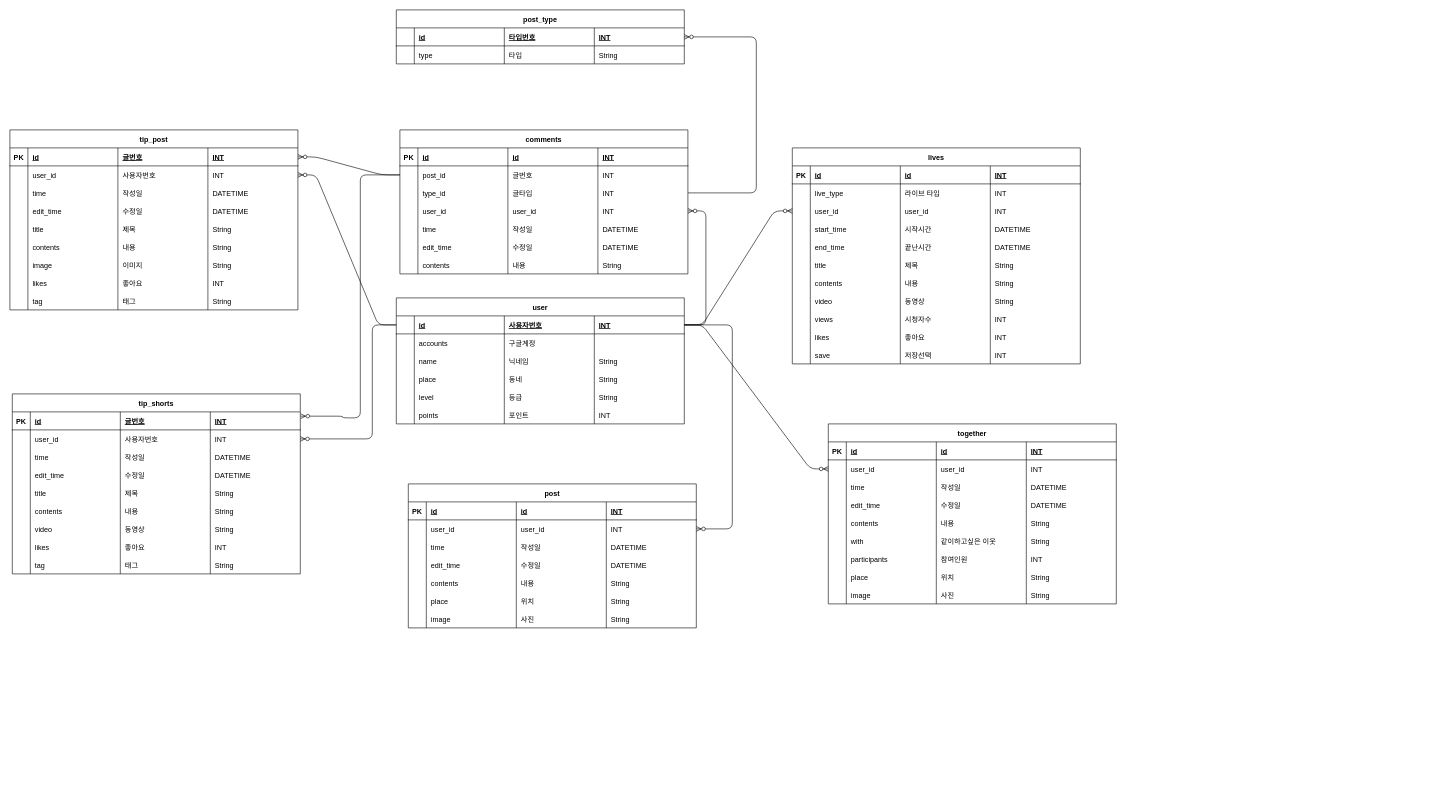
fjwldap/2016726031 keeps this draw.io diagram as Untitled Diagram.drawio. Above is the earlier version. Source tidied: cells renumbered, new cells numbered last; positions are measured from the earlier drawing's top-left corner, leaving out a move shared by most shapes. Both pictures are drawn from the tidied source at 60%, with x=0, y=0 at pixel (10, 10).
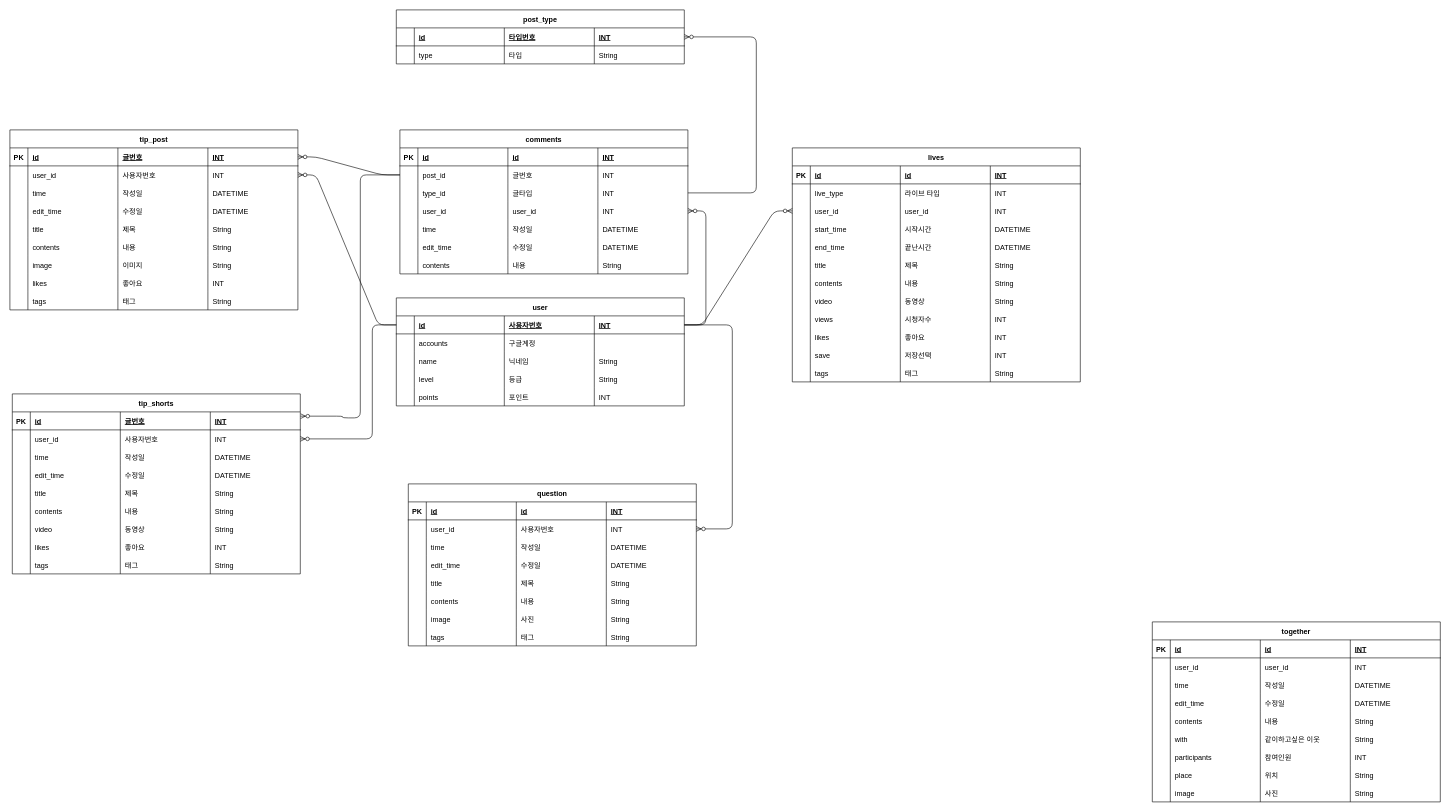
The same diagram, later.

The change refers to these unchanged cells:
```xml
<mxCell id="3" style="shape=partialRectangle;fillColor=none;top=0;left=0;bottom=1;right=0;points=[[0,0.5],[1,0.5]];portConstraint=eastwest;" parent="2" vertex="1">
  <mxGeometry y="30" width="480" height="30" as="geometry" />
</mxCell>
<mxCell id="74" style="shape=partialRectangle;fillColor=none;top=0;left=0;bottom=0;right=0;" parent="33" vertex="1">
  <mxGeometry y="270" width="480" height="30" as="geometry" />
</mxCell>
<mxCell id="121" style="shape=partialRectangle;fillColor=none;top=0;left=0;bottom=0;right=0;points=[[0,0.5],[1,0.5]];portConstraint=eastwest;" parent="115" vertex="1">
  <mxGeometry y="60" width="480" height="30" as="geometry" />
</mxCell>
<mxCell id="157" style="shape=partialRectangle;fillColor=none;top=0;left=0;bottom=0;right=0;points=[[0,0.5],[1,0.5]];portConstraint=eastwest;" parent="151" vertex="1">
  <mxGeometry y="60" width="480" height="30" as="geometry" />
</mxCell>
<mxCell id="300" style="shape=partialRectangle;fillColor=none;top=0;left=0;bottom=0;right=0;" parent="259" vertex="1">
  <mxGeometry y="270" width="480" height="30" as="geometry" />
</mxCell>
```

What changed in the source:
```diff
@@
     <mxCell id="2" value="user" style="shape=table;startSize=30;childLayout=tableLayout;rowLines=0;fontStyle=1;align=center;" parent="1" vertex="1">
-      <mxGeometry x="644" y="480" width="480" height="210" as="geometry" />
+      <mxGeometry x="644" y="480" width="480" height="180" as="geometry" />
     </mxCell>
@@
-    <mxCell id="18" style="shape=partialRectangle;fillColor=none;top=0;left=0;bottom=0;right=0;" parent="2" vertex="1">
-      <mxGeometry y="120" width="480" height="30" as="geometry" />
-    </mxCell>
-    <mxCell id="19" style="shape=partialRectangle;fillColor=none;top=0;left=0;bottom=0;right=0;overflow=hidden;" parent="18" vertex="1">
-      <mxGeometry width="30" height="30" as="geometry" />
-    </mxCell>
-    <mxCell id="20" value="place" style="shape=partialRectangle;fillColor=none;top=0;left=0;bottom=0;right=0;align=left;spacingLeft=6;overflow=hidden;" parent="18" vertex="1">
-      <mxGeometry x="30" width="150" height="30" as="geometry" />
-    </mxCell>
-    <mxCell id="21" value="동네" style="shape=partialRectangle;fillColor=none;top=0;left=0;bottom=0;right=0;align=left;spacingLeft=6;overflow=hidden;" parent="18" vertex="1">
-      <mxGeometry x="180" width="150" height="30" as="geometry" />
-    </mxCell>
-    <mxCell id="22" value="String" style="shape=partialRectangle;fillColor=none;top=0;left=0;bottom=0;right=0;align=left;spacingLeft=6;overflow=hidden;" parent="18" vertex="1">
-      <mxGeometry x="330" width="150" height="30" as="geometry" />
-    </mxCell>
     <mxCell id="23" style="shape=partialRectangle;fillColor=none;top=0;left=0;bottom=0;right=0;" parent="2" vertex="1">
-      <mxGeometry y="150" width="480" height="30" as="geometry" />
+      <mxGeometry y="120" width="480" height="30" as="geometry" />
     </mxCell>
@@
     <mxCell id="28" style="shape=partialRectangle;fillColor=none;top=0;left=0;bottom=0;right=0;" parent="2" vertex="1">
-      <mxGeometry y="180" width="480" height="30" as="geometry" />
+      <mxGeometry y="150" width="480" height="30" as="geometry" />
     </mxCell>
@@
-    <mxCell id="76" value="tag" style="shape=partialRectangle;fillColor=none;top=0;left=0;bottom=0;right=0;align=left;spacingLeft=6;overflow=hidden;" parent="74" vertex="1">
+    <mxCell id="76" value="tags" style="shape=partialRectangle;fillColor=none;top=0;left=0;bottom=0;right=0;align=left;spacingLeft=6;overflow=hidden;" parent="74" vertex="1">
       <mxGeometry x="30" width="150" height="30" as="geometry" />
     </mxCell>
@@
-    <mxCell id="115" value="post" style="shape=table;startSize=30;childLayout=tableLayout;rowLines=0;fontStyle=1;align=center;" parent="1" vertex="1">
-      <mxGeometry x="664" y="790" width="480" height="240" as="geometry" />
+    <mxCell id="115" value="question" style="shape=table;startSize=30;childLayout=tableLayout;rowLines=0;fontStyle=1;align=center;" parent="1" vertex="1">
+      <mxGeometry x="664" y="790" width="480" height="270" as="geometry" />
     </mxCell>
@@
-    <mxCell id="124" value="user_id" style="shape=partialRectangle;fillColor=none;top=0;left=0;bottom=0;right=0;align=left;spacingLeft=6;overflow=hidden;" parent="121" vertex="1">
+    <mxCell id="124" value="사용자번호" style="shape=partialRectangle;fillColor=none;top=0;left=0;bottom=0;right=0;align=left;spacingLeft=6;overflow=hidden;" parent="121" vertex="1">
       <mxGeometry x="180" width="150" height="30" as="geometry" />
     </mxCell>
@@
+    <mxCell id="319" style="shape=partialRectangle;fillColor=none;top=0;left=0;bottom=0;right=0;" parent="115" vertex="1">
+      <mxGeometry y="150" width="480" height="30" as="geometry" />
+    </mxCell>
+    <mxCell id="320" style="shape=partialRectangle;fillColor=none;top=0;left=0;bottom=0;right=0;overflow=hidden;" parent="319" vertex="1">
+      <mxGeometry width="30" height="30" as="geometry" />
+    </mxCell>
+    <mxCell id="321" value="title" style="shape=partialRectangle;fillColor=none;top=0;left=0;bottom=0;right=0;align=left;spacingLeft=6;overflow=hidden;" parent="319" vertex="1">
+      <mxGeometry x="30" width="150" height="30" as="geometry" />
+    </mxCell>
+    <mxCell id="322" value="제목" style="shape=partialRectangle;fillColor=none;top=0;left=0;bottom=0;right=0;align=left;spacingLeft=6;overflow=hidden;" parent="319" vertex="1">
+      <mxGeometry x="180" width="150" height="30" as="geometry" />
+    </mxCell>
+    <mxCell id="323" value="String" style="shape=partialRectangle;fillColor=none;top=0;left=0;bottom=0;right=0;align=left;spacingLeft=6;overflow=hidden;" parent="319" vertex="1">
+      <mxGeometry x="330" width="150" height="30" as="geometry" />
+    </mxCell>
     <mxCell id="136" style="shape=partialRectangle;fillColor=none;top=0;left=0;bottom=0;right=0;" parent="115" vertex="1">
-      <mxGeometry y="150" width="480" height="30" as="geometry" />
+      <mxGeometry y="180" width="480" height="30" as="geometry" />
     </mxCell>
@@
-    <mxCell id="141" style="shape=partialRectangle;fillColor=none;top=0;left=0;bottom=0;right=0;" parent="115" vertex="1">
-      <mxGeometry y="180" width="480" height="30" as="geometry" />
-    </mxCell>
-    <mxCell id="142" style="shape=partialRectangle;fillColor=none;top=0;left=0;bottom=0;right=0;overflow=hidden;" parent="141" vertex="1">
-      <mxGeometry width="30" height="30" as="geometry" />
-    </mxCell>
-    <mxCell id="143" value="place" style="shape=partialRectangle;fillColor=none;top=0;left=0;bottom=0;right=0;align=left;spacingLeft=6;overflow=hidden;" parent="141" vertex="1">
-      <mxGeometry x="30" width="150" height="30" as="geometry" />
-    </mxCell>
-    <mxCell id="144" value="위치" style="shape=partialRectangle;fillColor=none;top=0;left=0;bottom=0;right=0;align=left;spacingLeft=6;overflow=hidden;" parent="141" vertex="1">
-      <mxGeometry x="180" width="150" height="30" as="geometry" />
-    </mxCell>
-    <mxCell id="145" value="String" style="shape=partialRectangle;fillColor=none;top=0;left=0;bottom=0;right=0;align=left;spacingLeft=6;overflow=hidden;" parent="141" vertex="1">
-      <mxGeometry x="330" width="150" height="30" as="geometry" />
-    </mxCell>
@@
+    <mxCell id="324" style="shape=partialRectangle;fillColor=none;top=0;left=0;bottom=0;right=0;" parent="115" vertex="1">
+      <mxGeometry y="240" width="480" height="30" as="geometry" />
+    </mxCell>
+    <mxCell id="325" style="shape=partialRectangle;fillColor=none;top=0;left=0;bottom=0;right=0;overflow=hidden;" parent="324" vertex="1">
+      <mxGeometry width="30" height="30" as="geometry" />
+    </mxCell>
+    <mxCell id="326" value="tags" style="shape=partialRectangle;fillColor=none;top=0;left=0;bottom=0;right=0;align=left;spacingLeft=6;overflow=hidden;" parent="324" vertex="1">
+      <mxGeometry x="30" width="150" height="30" as="geometry" />
+    </mxCell>
+    <mxCell id="327" value="태그" style="shape=partialRectangle;fillColor=none;top=0;left=0;bottom=0;right=0;align=left;spacingLeft=6;overflow=hidden;" parent="324" vertex="1">
+      <mxGeometry x="180" width="150" height="30" as="geometry" />
+    </mxCell>
+    <mxCell id="328" value="String" style="shape=partialRectangle;fillColor=none;top=0;left=0;bottom=0;right=0;align=left;spacingLeft=6;overflow=hidden;" parent="324" vertex="1">
+      <mxGeometry x="330" width="150" height="30" as="geometry" />
+    </mxCell>
     <mxCell id="151" value="together" style="shape=table;startSize=30;childLayout=tableLayout;rowLines=0;fontStyle=1;align=center;" parent="1" vertex="1">
-      <mxGeometry x="1364" y="690" width="480" height="300" as="geometry" />
+      <mxGeometry x="1904" y="1020" width="480" height="300" as="geometry" />
     </mxCell>
@@
     <mxCell id="197" value="lives" style="shape=table;startSize=30;childLayout=tableLayout;rowLines=0;fontStyle=1;align=center;" parent="1" vertex="1">
-      <mxGeometry x="1304" y="230" width="480" height="360" as="geometry" />
+      <mxGeometry x="1304" y="230" width="480" height="390" as="geometry" />
     </mxCell>
@@
+    <mxCell id="329" style="shape=partialRectangle;fillColor=none;top=0;left=0;bottom=0;right=0;" parent="197" vertex="1">
+      <mxGeometry y="360" width="480" height="30" as="geometry" />
+    </mxCell>
+    <mxCell id="330" style="shape=partialRectangle;fillColor=none;top=0;left=0;bottom=0;right=0;overflow=hidden;" parent="329" vertex="1">
+      <mxGeometry width="30" height="30" as="geometry" />
+    </mxCell>
+    <mxCell id="331" value="tags" style="shape=partialRectangle;fillColor=none;top=0;left=0;bottom=0;right=0;align=left;spacingLeft=6;overflow=hidden;" parent="329" vertex="1">
+      <mxGeometry x="30" width="150" height="30" as="geometry" />
+    </mxCell>
+    <mxCell id="332" value="태그" style="shape=partialRectangle;fillColor=none;top=0;left=0;bottom=0;right=0;align=left;spacingLeft=6;overflow=hidden;" parent="329" vertex="1">
+      <mxGeometry x="180" width="150" height="30" as="geometry" />
+    </mxCell>
+    <mxCell id="333" value="String" style="shape=partialRectangle;fillColor=none;top=0;left=0;bottom=0;right=0;align=left;spacingLeft=6;overflow=hidden;" parent="329" vertex="1">
+      <mxGeometry x="330" width="150" height="30" as="geometry" />
+    </mxCell>
@@
-    <mxCell id="256" style="edgeStyle=entityRelationEdgeStyle;fontSize=12;html=1;endArrow=ERzeroToMany;entryX=0;entryY=0.5;entryDx=0;entryDy=0;endFill=1;" parent="1" edge="1" source="3" target="157">
-      <mxGeometry relative="1" as="geometry" />
-    </mxCell>
@@
-    <mxCell id="302" value="tag" style="shape=partialRectangle;fillColor=none;top=0;left=0;bottom=0;right=0;align=left;spacingLeft=6;overflow=hidden;" parent="300" vertex="1">
+    <mxCell id="302" value="tags" style="shape=partialRectangle;fillColor=none;top=0;left=0;bottom=0;right=0;align=left;spacingLeft=6;overflow=hidden;" parent="300" vertex="1">
       <mxGeometry x="30" width="150" height="30" as="geometry" />
     </mxCell>
```
